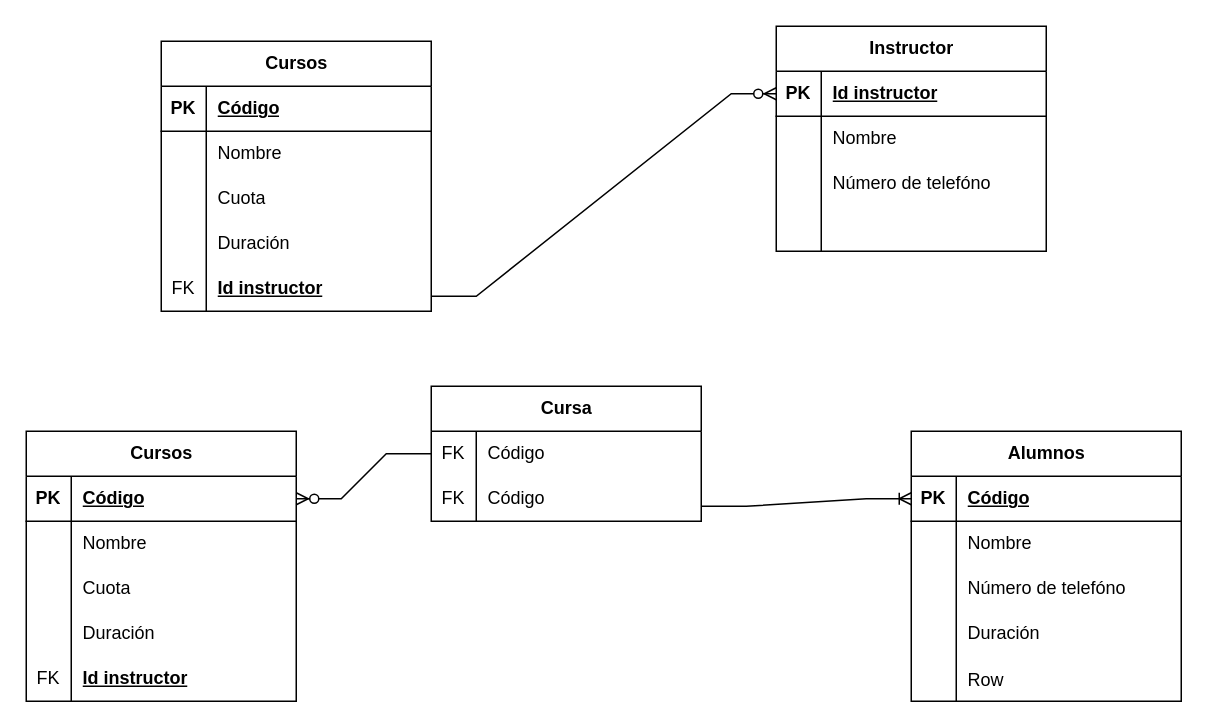
Above: MRej1.drawio in kevinld93/Diagramas (draw.io), before the change. Source tidied: cells renumbered, new cells numbered last; positions are measured from the earlier drawing's top-left corner, leaving out a move shared by most shapes. Both pictures are drawn from the tidied source at 150%, with x=0, y=0 at pixel (26, 26).
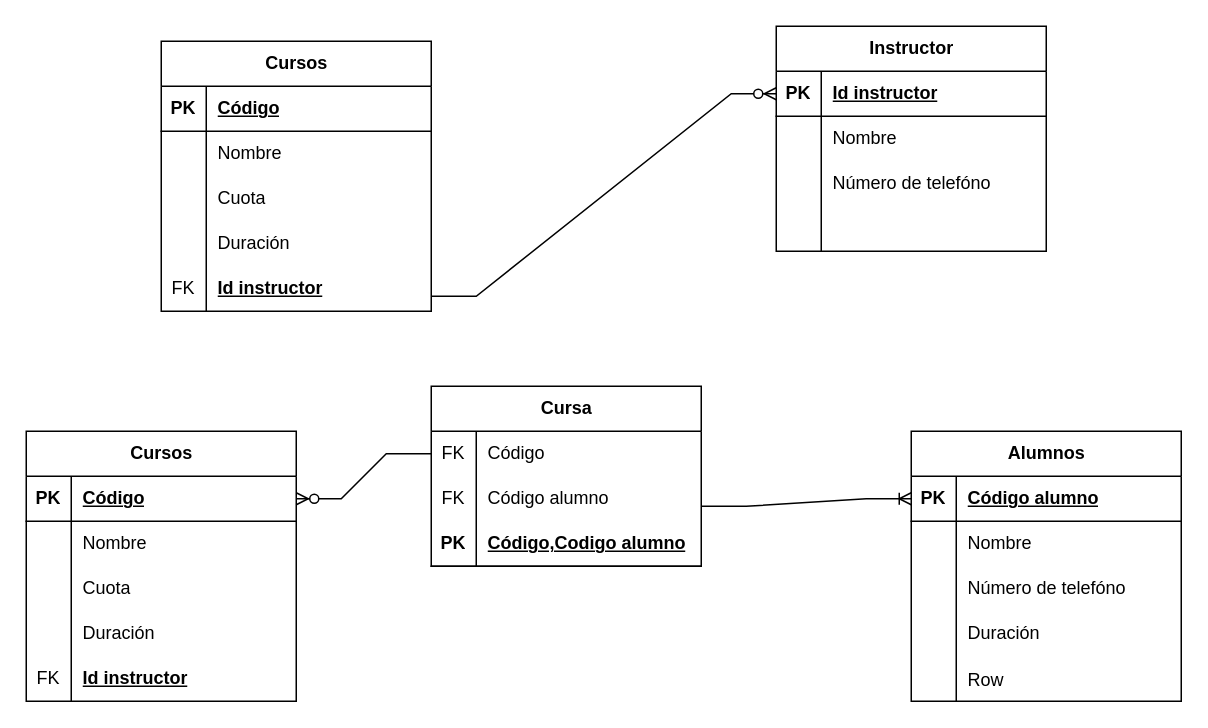
After the change.

Unchanged cells that the change refers to:
```xml
<mxCell id="3" style="shape=tableRow;horizontal=0;startSize=0;swimlaneHead=0;swimlaneBody=0;fillColor=none;points=[[0,0.5],[1,0.5]];portConstraint=eastwest;top=0;left=0;right=0;bottom=1;" parent="2" vertex="1">
  <mxGeometry y="30" width="180" height="30" as="geometry" />
</mxCell>
<mxCell id="53" style="shape=tableRow;horizontal=0;startSize=0;swimlaneHead=0;swimlaneBody=0;fillColor=none;top=0;left=0;right=0;bottom=0;" parent="49" vertex="1">
  <mxGeometry y="60" width="180" height="30" as="geometry" />
</mxCell>
```

Change to the diagram source:
```diff
@@
-    <mxCell id="5" value="Código" style="shape=partialRectangle;fillColor=none;top=0;left=0;bottom=0;right=0;align=left;spacingLeft=6;fontStyle=5;overflow=hidden;whiteSpace=wrap;html=1;" parent="3" vertex="1">
+    <mxCell id="5" value="Código alumno" style="shape=partialRectangle;fillColor=none;top=0;left=0;bottom=0;right=0;align=left;spacingLeft=6;fontStyle=5;overflow=hidden;whiteSpace=wrap;html=1;" parent="3" vertex="1">
       <mxGeometry x="30" width="150" height="30" as="geometry" />
     </mxCell>
@@
     <mxCell id="49" value="Cursa" style="shape=table;startSize=30;childLayout=tableLayout;rowLines=0;fontStyle=1;align=center;html=1;" parent="1" vertex="1">
-      <mxGeometry x="270" y="240" width="180" height="90" as="geometry" />
+      <mxGeometry x="270" y="240" width="180" height="120" as="geometry" />
     </mxCell>
@@
-    <mxCell id="55" value="Código" style="shape=partialRectangle;fillColor=none;top=0;left=0;bottom=0;right=0;align=left;spacingLeft=6;fontStyle=0;overflow=hidden;whiteSpace=wrap;html=1;" parent="53" vertex="1">
+    <mxCell id="55" value="Código alumno" style="shape=partialRectangle;fillColor=none;top=0;left=0;bottom=0;right=0;align=left;spacingLeft=6;fontStyle=0;overflow=hidden;whiteSpace=wrap;html=1;" parent="53" vertex="1">
       <mxGeometry x="30" width="150" height="30" as="geometry" />
     </mxCell>
+    <mxCell id="74" style="shape=tableRow;horizontal=0;startSize=0;swimlaneHead=0;swimlaneBody=0;fillColor=none;top=0;left=0;right=0;bottom=1;" parent="49" vertex="1">
+      <mxGeometry y="90" width="180" height="30" as="geometry" />
+    </mxCell>
+    <mxCell id="75" value="PK" style="shape=partialRectangle;fillColor=none;top=0;left=0;bottom=0;right=0;fontStyle=1;overflow=hidden;whiteSpace=wrap;html=1;" parent="74" vertex="1">
+      <mxGeometry width="30" height="30" as="geometry" />
+    </mxCell>
+    <mxCell id="76" value="Código,Codigo alumno" style="shape=partialRectangle;fillColor=none;top=0;left=0;bottom=0;right=0;align=left;spacingLeft=6;fontStyle=5;overflow=hidden;whiteSpace=wrap;html=1;" parent="74" vertex="1">
+      <mxGeometry x="30" width="150" height="30" as="geometry" />
+    </mxCell>
```
